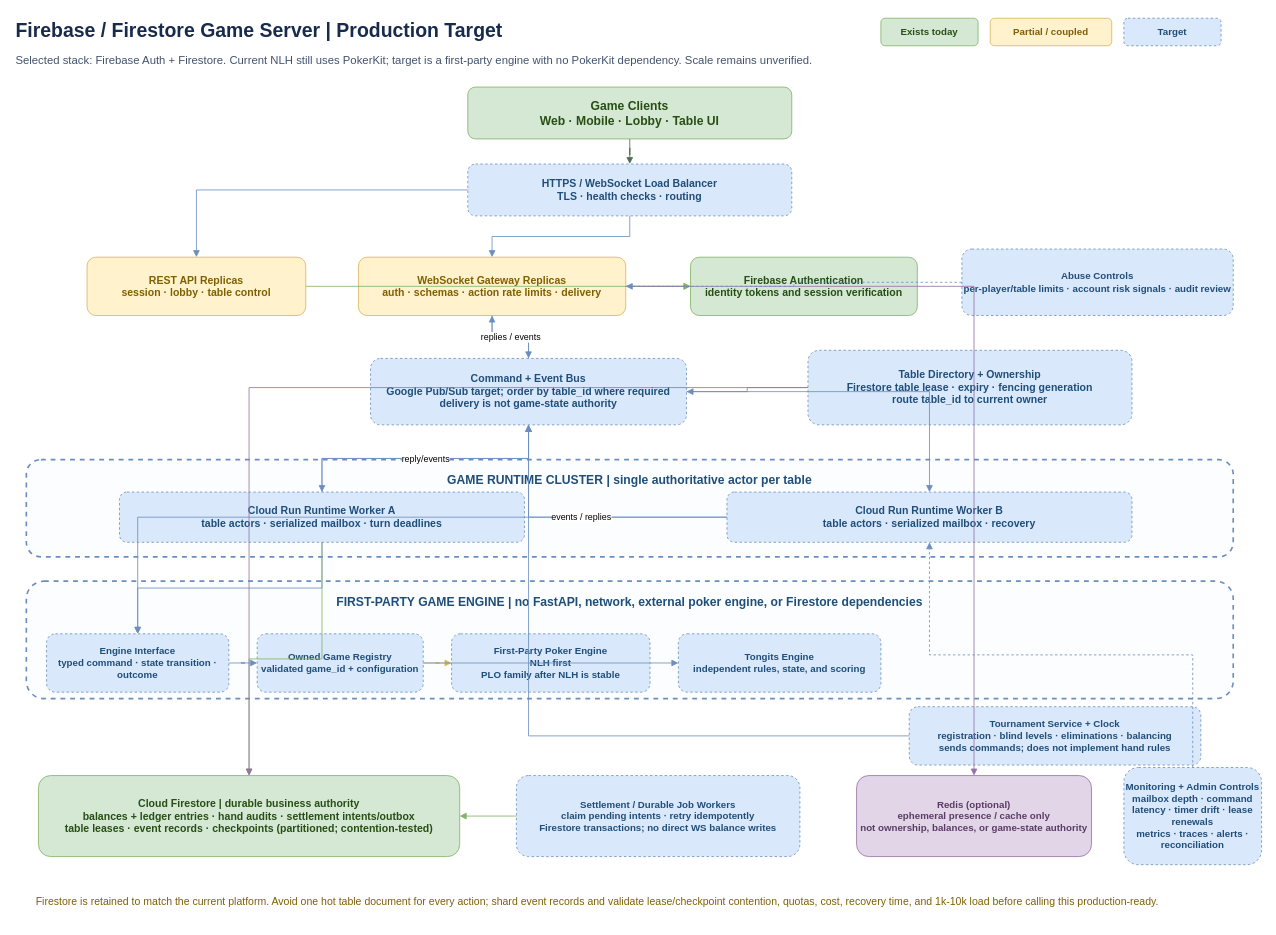
Before: page "Firebase Production Target" (1 of 2) of GAME_SERVER_FIREBASE_ARCHITECTURE.drawio in jaspervborcena/cowboysphpokerbackend, a draw.io diagram. Source tidied: cells renumbered, new cells numbered last; positions are measured from the earlier drawing's top-left corner, leaving out a move shared by most shapes. Both pictures are drawn from the tidied source at 81%, with x=0, y=0 at pixel (14, 14).
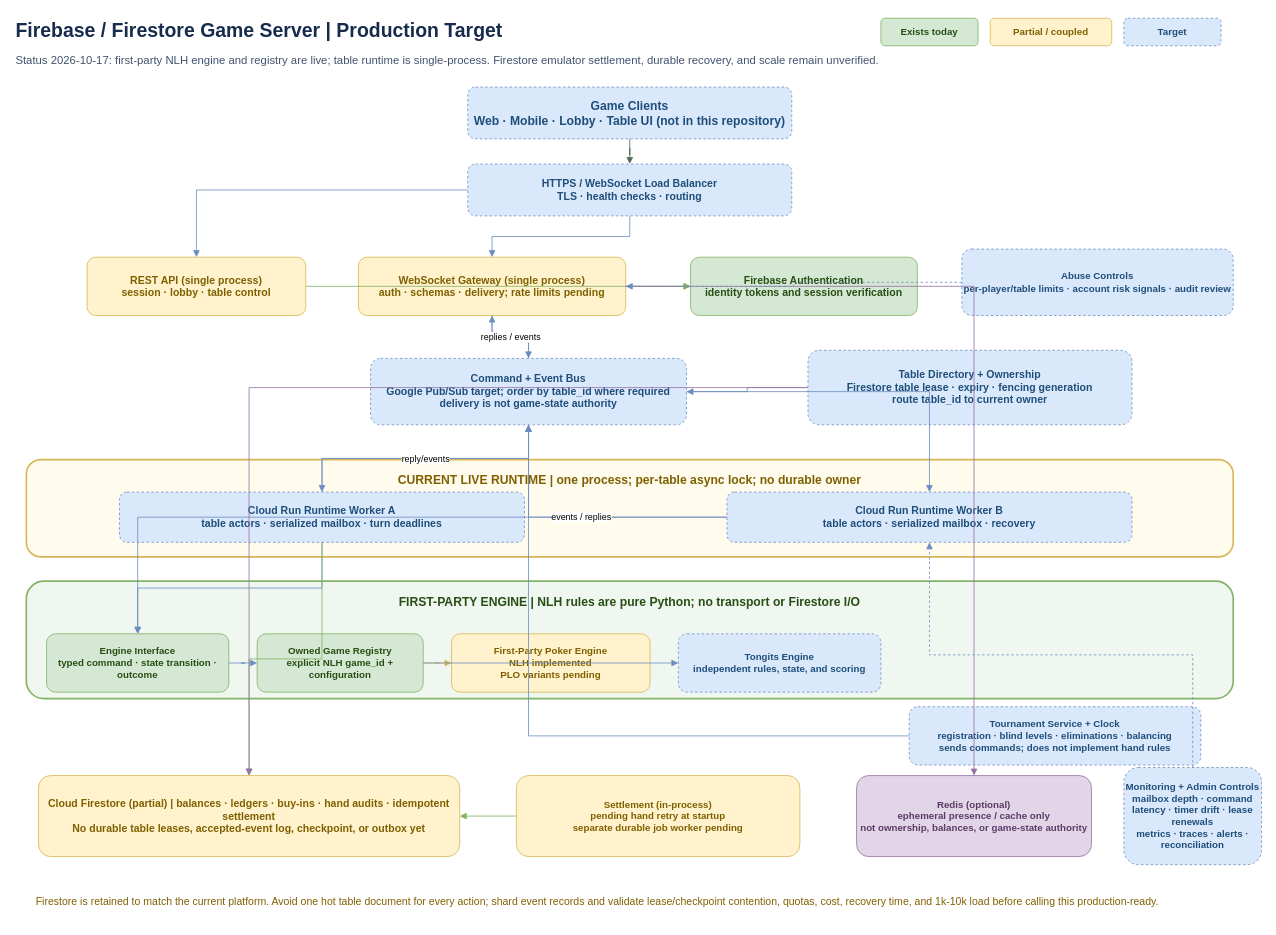
The same page after the edit.

Change to the diagram source:
```diff
@@
-    <mxCell id="3" value="Selected stack: Firebase Auth + Firestore. Current NLH still uses PokerKit; target is a first-party engine with no PokerKit dependency. Scale remains unverified." style="text;html=1;align=left;verticalAlign=middle;fontSize=14;fontColor=#42526E;" parent="1" vertex="1">
+    <mxCell id="3" value="Status 2026-10-17: first-party NLH engine and registry are live; table runtime is single-process. Firestore emulator settlement, durable recovery, and scale remain unverified." style="text;html=1;align=left;verticalAlign=middle;fontSize=14;fontColor=#42526E;" parent="1" vertex="1">
       <mxGeometry y="42" width="1220" height="30" as="geometry" />
     </mxCell>
@@
-    <mxCell id="7" value="Game Clients&lt;br&gt;Web · Mobile · Lobby · Table UI" style="rounded=1;whiteSpace=wrap;html=1;fillColor=#D5E8D4;strokeColor=#82B366;fontColor=#274E13;fontSize=15;fontStyle=1;" parent="1" vertex="1">
+    <mxCell id="7" value="Game Clients&lt;br&gt;Web · Mobile · Lobby · Table UI (not in this repository)" style="rounded=1;whiteSpace=wrap;html=1;fillColor=#DAE8FC;strokeColor=#6C8EBF;fontColor=#1F4E79;fontSize=15;fontStyle=1;dashed=1;" parent="1" vertex="1">
       <mxGeometry x="560" y="90" width="400" height="64" as="geometry" />
     </mxCell>
@@
-    <mxCell id="9" value="REST API Replicas&lt;br&gt;session · lobby · table control" style="rounded=1;whiteSpace=wrap;html=1;fillColor=#FFF2CC;strokeColor=#D6B656;fontColor=#7F6000;fontSize=13;fontStyle=1;" parent="1" vertex="1">
+    <mxCell id="9" value="REST API (single process)&lt;br&gt;session · lobby · table control" style="rounded=1;whiteSpace=wrap;html=1;fillColor=#FFF2CC;strokeColor=#D6B656;fontColor=#7F6000;fontSize=13;fontStyle=1;" parent="1" vertex="1">
       <mxGeometry x="90" y="300" width="270" height="72" as="geometry" />
     </mxCell>
-    <mxCell id="10" value="WebSocket Gateway Replicas&lt;br&gt;auth · schemas · action rate limits · delivery" style="rounded=1;whiteSpace=wrap;html=1;fillColor=#FFF2CC;strokeColor=#D6B656;fontColor=#7F6000;fontSize=13;fontStyle=1;" parent="1" vertex="1">
+    <mxCell id="10" value="WebSocket Gateway (single process)&lt;br&gt;auth · schemas · delivery; rate limits pending" style="rounded=1;whiteSpace=wrap;html=1;fillColor=#FFF2CC;strokeColor=#D6B656;fontColor=#7F6000;fontSize=13;fontStyle=1;" parent="1" vertex="1">
       <mxGeometry x="425" y="300" width="330" height="72" as="geometry" />
     </mxCell>
@@
-    <mxCell id="15" value="GAME RUNTIME CLUSTER | single authoritative actor per table" style="rounded=1;whiteSpace=wrap;html=1;fillColor=#F7F9FC;fillOpacity=35;strokeColor=#6C8EBF;strokeWidth=2;dashed=1;fontColor=#1F4E79;fontSize=15;fontStyle=1;verticalAlign=top;spacingTop=10;" parent="1" vertex="1">
+    <mxCell id="15" value="CURRENT LIVE RUNTIME | one process; per-table async lock; no durable owner" style="rounded=1;whiteSpace=wrap;html=1;fillColor=#FFF2CC;fillOpacity=35;strokeColor=#D6B656;strokeWidth=2;dashed=0;fontColor=#7F6000;fontSize=15;fontStyle=1;verticalAlign=top;spacingTop=10;" parent="1" vertex="1">
       <mxGeometry x="15" y="550" width="1490" height="120" as="geometry" />
     </mxCell>
@@
-    <mxCell id="18" value="FIRST-PARTY GAME ENGINE | no FastAPI, network, external poker engine, or Firestore dependencies" style="rounded=1;whiteSpace=wrap;html=1;fillColor=#F7F9FC;fillOpacity=35;strokeColor=#6C8EBF;strokeWidth=2;dashed=1;fontColor=#1F4E79;fontSize=15;fontStyle=1;verticalAlign=top;spacingTop=10;" parent="1" vertex="1">
+    <mxCell id="18" value="FIRST-PARTY ENGINE | NLH rules are pure Python; no transport or Firestore I/O" style="rounded=1;whiteSpace=wrap;html=1;fillColor=#D5E8D4;fillOpacity=35;strokeColor=#82B366;strokeWidth=2;dashed=0;fontColor=#274E13;fontSize=15;fontStyle=1;verticalAlign=top;spacingTop=10;" parent="1" vertex="1">
       <mxGeometry x="15" y="700" width="1490" height="145" as="geometry" />
     </mxCell>
-    <mxCell id="19" value="Engine Interface&lt;br&gt;typed command · state transition · outcome" style="rounded=1;whiteSpace=wrap;html=1;fillColor=#DAE8FC;strokeColor=#6C8EBF;fontColor=#1F4E79;fontSize=12;fontStyle=1;dashed=1;" parent="1" vertex="1">
+    <mxCell id="19" value="Engine Interface&lt;br&gt;typed command · state transition · outcome" style="rounded=1;whiteSpace=wrap;html=1;fillColor=#D5E8D4;strokeColor=#82B366;fontColor=#274E13;fontSize=12;fontStyle=1;" parent="1" vertex="1">
       <mxGeometry x="40" y="765" width="225" height="72" as="geometry" />
     </mxCell>
-    <mxCell id="20" value="Owned Game Registry&lt;br&gt;validated game_id + configuration" style="rounded=1;whiteSpace=wrap;html=1;fillColor=#DAE8FC;strokeColor=#6C8EBF;fontColor=#1F4E79;fontSize=12;fontStyle=1;dashed=1;" parent="1" vertex="1">
+    <mxCell id="20" value="Owned Game Registry&lt;br&gt;explicit NLH game_id + configuration" style="rounded=1;whiteSpace=wrap;html=1;fillColor=#D5E8D4;strokeColor=#82B366;fontColor=#274E13;fontSize=12;fontStyle=1;" parent="1" vertex="1">
       <mxGeometry x="300" y="765" width="205" height="72" as="geometry" />
     </mxCell>
-    <mxCell id="21" value="First-Party Poker Engine&lt;br&gt;NLH first&lt;br&gt;PLO family after NLH is stable" style="rounded=1;whiteSpace=wrap;html=1;fillColor=#DAE8FC;strokeColor=#6C8EBF;fontColor=#1F4E79;fontSize=12;fontStyle=1;dashed=1;" parent="1" vertex="1">
+    <mxCell id="21" value="First-Party Poker Engine&lt;br&gt;NLH implemented&lt;br&gt;PLO variants pending" style="rounded=1;whiteSpace=wrap;html=1;fillColor=#FFF2CC;strokeColor=#D6B656;fontColor=#7F6000;fontSize=12;fontStyle=1;" parent="1" vertex="1">
       <mxGeometry x="540" y="765" width="245" height="72" as="geometry" />
     </mxCell>
@@
-    <mxCell id="24" value="Cloud Firestore | durable business authority&lt;br&gt;balances + ledger entries · hand audits · settlement intents/outbox&lt;br&gt;table leases · event records · checkpoints (partitioned; contention-tested)" style="rounded=1;whiteSpace=wrap;html=1;fillColor=#D5E8D4;strokeColor=#82B366;fontColor=#274E13;fontSize=13;fontStyle=1;" parent="1" vertex="1">
+    <mxCell id="24" value="Cloud Firestore (partial) | balances · ledgers · buy-ins · hand audits · idempotent settlement&lt;br&gt;No durable table leases, accepted-event log, checkpoint, or outbox yet" style="rounded=1;whiteSpace=wrap;html=1;fillColor=#FFF2CC;strokeColor=#D6B656;fontColor=#7F6000;fontSize=13;fontStyle=1;" parent="1" vertex="1">
       <mxGeometry x="30" y="940" width="520" height="100" as="geometry" />
     </mxCell>
-    <mxCell id="25" value="Settlement / Durable Job Workers&lt;br&gt;claim pending intents · retry idempotently&lt;br&gt;Firestore transactions; no direct WS balance writes" style="rounded=1;whiteSpace=wrap;html=1;fillColor=#DAE8FC;strokeColor=#6C8EBF;fontColor=#1F4E79;fontSize=12;fontStyle=1;dashed=1;" parent="1" vertex="1">
+    <mxCell id="25" value="Settlement (in-process)&lt;br&gt;pending hand retry at startup&lt;br&gt;separate durable job worker pending" style="rounded=1;whiteSpace=wrap;html=1;fillColor=#FFF2CC;strokeColor=#D6B656;fontColor=#7F6000;fontSize=12;fontStyle=1;" parent="1" vertex="1">
       <mxGeometry x="620" y="940" width="350" height="100" as="geometry" />
     </mxCell>
```
